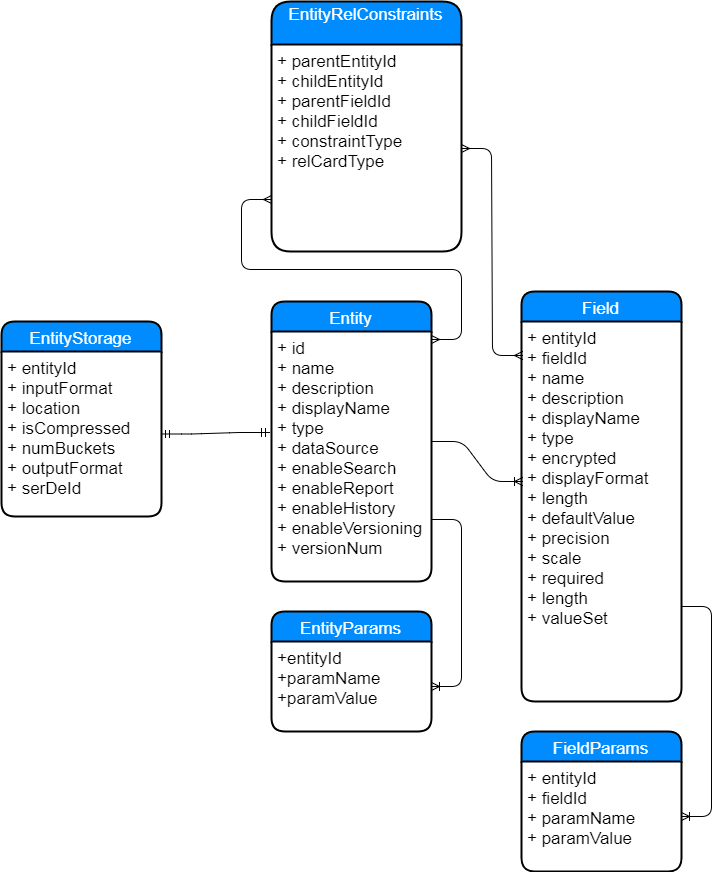
Before: entity.png, a diagram exported from draw.io (sandhyaagarwal/diagrams). Source tidied: cells renumbered, new cells last; positions are measured from the earlier drawing's top-left corner, leaving out a move shared by most shapes.
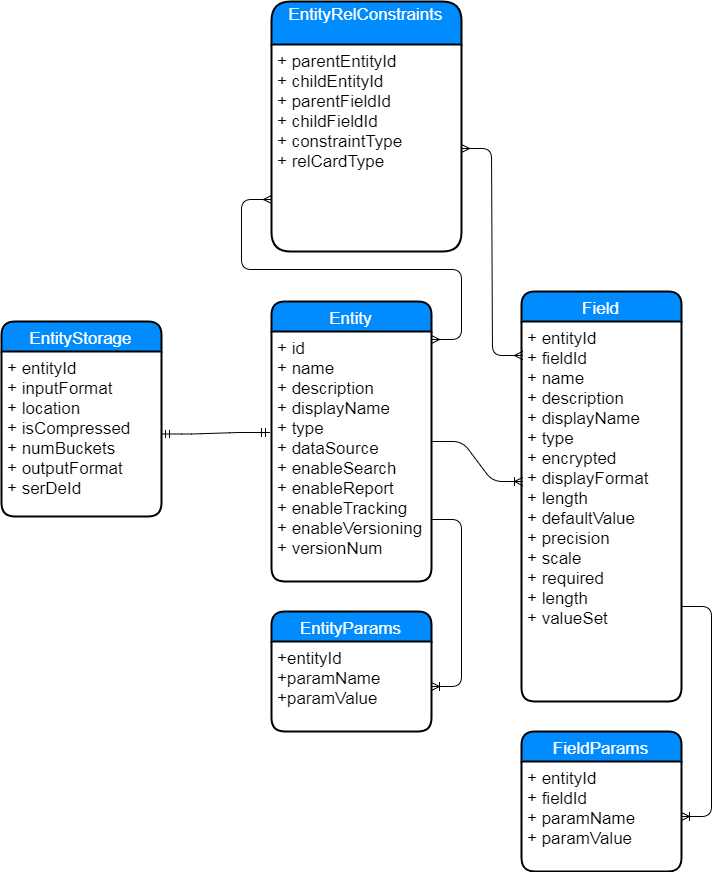
The same file after the commit.

What changed in the source:
```diff
@@ -5,7 +5,7 @@
     <mxCell id="2" value="Entity" style="swimlane;horizontal=1;startSize=30;fillColor=#008cff;fontColor=#FFFFFF;rounded=1;fontSize=17;fontStyle=0;strokeWidth=2;shadow=0;dashed=0;align=center;" parent="1" vertex="1">
       <mxGeometry x="270" y="300" width="160" height="280" as="geometry" />
     </mxCell>
-    <mxCell id="3" value="+ id&#10;+ name&#10;+ description&#10;+ displayName&#10;+ type&#10;+ dataSource&#10;+ enableSearch&#10;+ enableReport&#10;+ enableHistory&#10;+ enableVersioning&#10;+ versionNum" style="align=left;strokeColor=none;fillColor=none;spacingLeft=4;fontSize=17;verticalAlign=top;" parent="2" vertex="1">
+    <mxCell id="3" value="+ id&#10;+ name&#10;+ description&#10;+ displayName&#10;+ type&#10;+ dataSource&#10;+ enableSearch&#10;+ enableReport&#10;+ enableTracking&#10;+ enableVersioning&#10;+ versionNum" style="align=left;strokeColor=none;fillColor=none;spacingLeft=4;fontSize=17;verticalAlign=top;" parent="2" vertex="1">
       <mxGeometry y="30" width="160" height="250" as="geometry" />
     </mxCell>
     <mxCell id="4" style="edgeStyle=entityRelationEdgeStyle;html=1;endArrow=ERoneToMany;entryX=0.006;entryY=0.421;entryPerimeter=0;exitX=1.006;exitY=0.44;exitPerimeter=0;" parent="1" edge="1" source="3" target="12">
```
